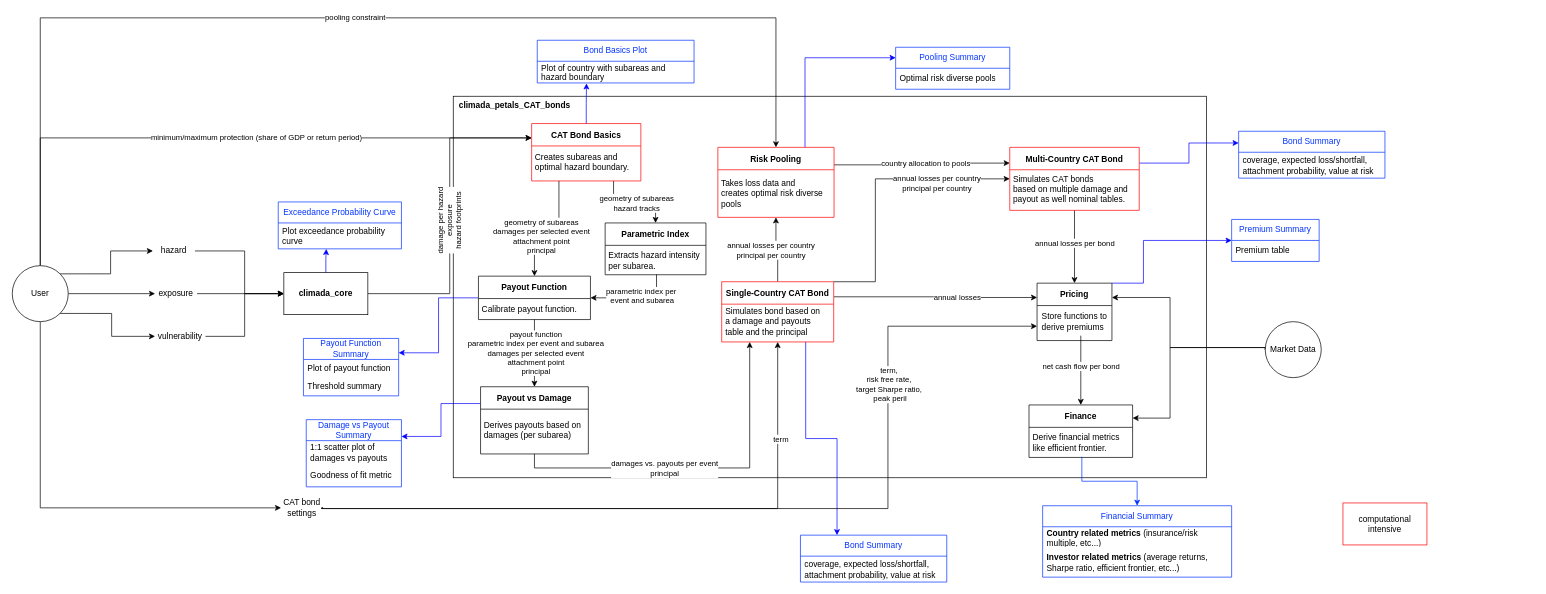
KaiOBerg/master_thesis_cat_bonds keeps this draw.io diagram as data_flow_climada_petals.drawio. Above is the earlier version. Source tidied: cells renumbered, new cells numbered last; positions are measured from the earlier drawing's top-left corner, leaving out a move shared by most shapes. Both pictures are drawn from the tidied source at 70%, with x=0, y=0 at pixel (12, 18).
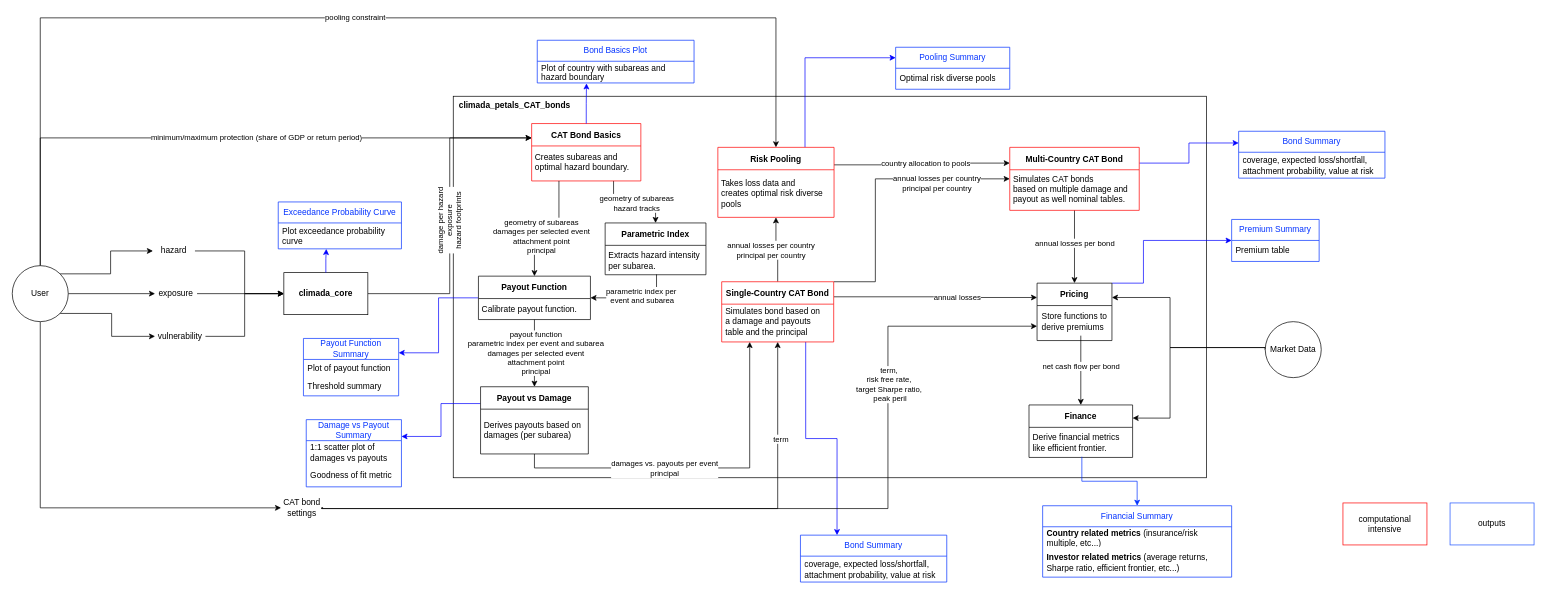
After the change.

The edit, as a diff of the source:
```diff
@@
+    <mxCell id="101" value="outputs" style="rounded=0;whiteSpace=wrap;html=1;fillColor=none;strokeColor=light-dark(#2054ff, #ff9090);" parent="1" vertex="1">
+      <mxGeometry x="2054" y="693" width="120" height="60" as="geometry" />
+    </mxCell>
```
